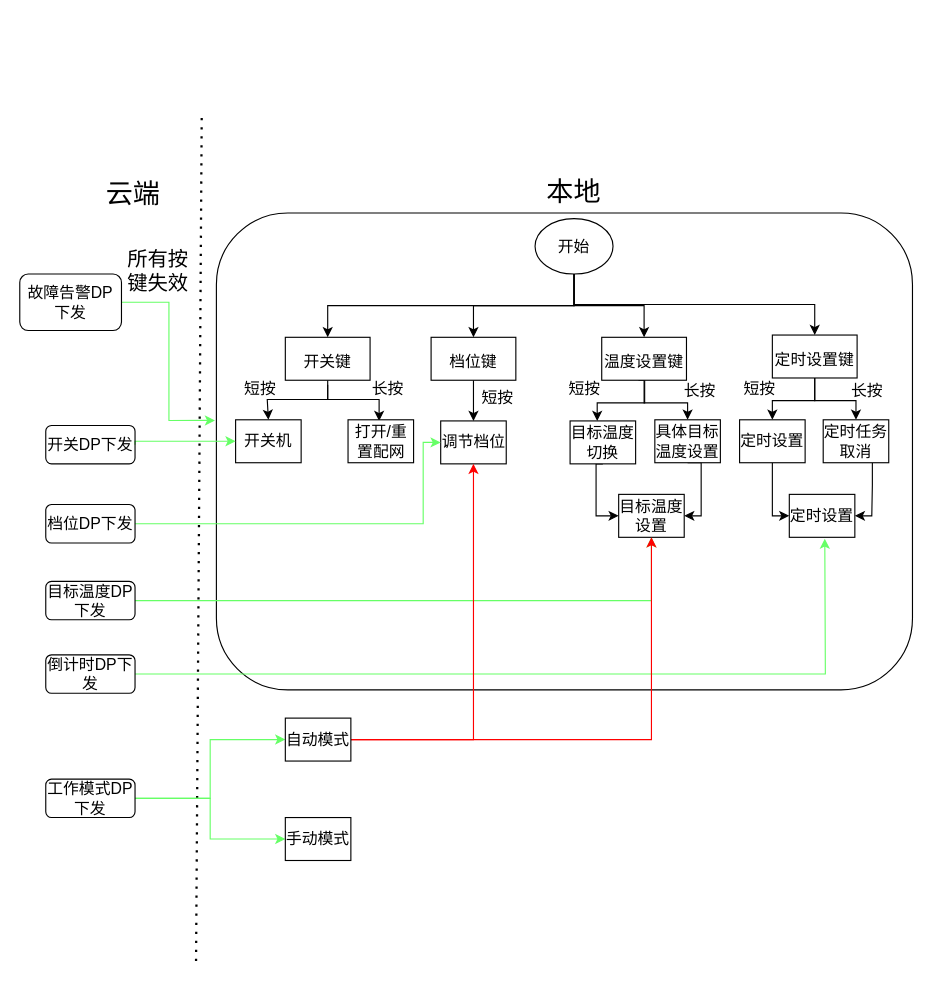
Above: software_frame.drawio in JeffYec/Jeff (draw.io), before the change. Source tidied: cells renumbered, new cells numbered last; positions are measured from the earlier drawing's top-left corner, leaving out a move shared by most shapes. Both pictures are drawn from the tidied source at 113%, with x=0, y=0 at pixel (19, 118).
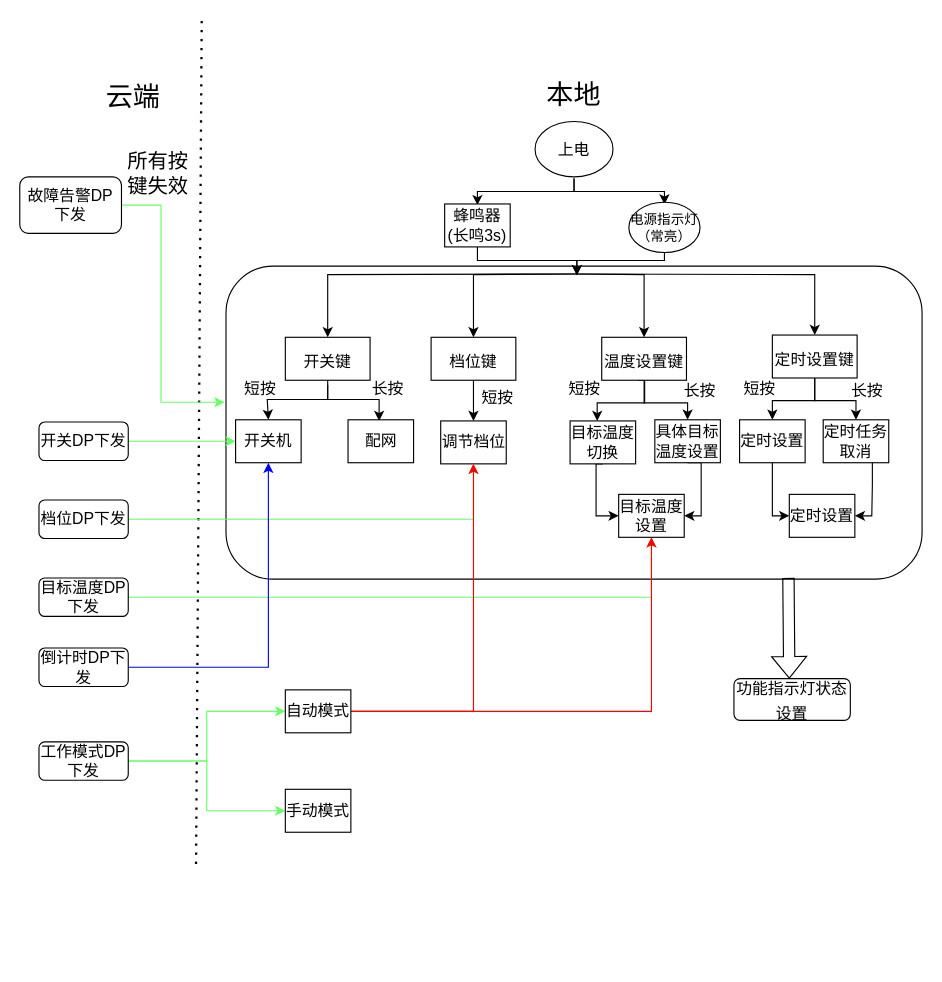
The same page after the edit.

The change refers to these unchanged cells:
```xml
<mxCell id="6" value="&lt;font style=&quot;font-size: 14px&quot;&gt;档位键&lt;/font&gt;" style="rounded=0;whiteSpace=wrap;html=1;fontSize=24;" parent="1" vertex="1">
  <mxGeometry x="364" y="194" width="75" height="38" as="geometry" />
</mxCell>
<mxCell id="9" value="&lt;font style=&quot;font-size: 14px&quot;&gt;开关键&lt;/font&gt;" style="rounded=0;whiteSpace=wrap;html=1;fontSize=24;" parent="1" vertex="1">
  <mxGeometry x="235" y="194" width="75" height="38" as="geometry" />
</mxCell>
<mxCell id="12" value="&lt;span style=&quot;font-size: 14px&quot;&gt;温度设置键&lt;/span&gt;" style="rounded=0;whiteSpace=wrap;html=1;fontSize=24;" parent="1" vertex="1">
  <mxGeometry x="515" y="194" width="75" height="38" as="geometry" />
</mxCell>
<mxCell id="15" value="&lt;font style=&quot;font-size: 14px&quot;&gt;定时设置键&lt;/font&gt;" style="rounded=0;whiteSpace=wrap;html=1;fontSize=24;" parent="1" vertex="1">
  <mxGeometry x="666" y="192" width="75" height="38" as="geometry" />
</mxCell>
<mxCell id="21" value="开关机" style="rounded=0;whiteSpace=wrap;html=1;fontSize=14;" parent="1" vertex="1">
  <mxGeometry x="191" y="267" width="58" height="38" as="geometry" />
</mxCell>
<mxCell id="23" value="调节档位" style="rounded=0;whiteSpace=wrap;html=1;fontSize=14;" parent="1" vertex="1">
  <mxGeometry x="372.5" y="268" width="58" height="38" as="geometry" />
</mxCell>
```

Change to the diagram source:
```diff
@@
     <mxCell id="2" value="&lt;font style=&quot;font-size: 24px&quot;&gt;云端&lt;/font&gt;" style="text;html=1;strokeColor=none;fillColor=none;align=center;verticalAlign=middle;whiteSpace=wrap;rounded=0;" parent="1" vertex="1">
-      <mxGeometry x="54" y="38" width="93" height="59" as="geometry" />
+      <mxGeometry x="54" y="-48" width="93" height="59" as="geometry" />
     </mxCell>
     <mxCell id="3" style="endArrow=none;dashed=1;html=1;dashPattern=1 3;strokeWidth=2;rounded=0;" parent="1" edge="1">
       <mxGeometry relative="1" as="geometry">
-        <mxPoint x="156" y="746" as="sourcePoint" />
-        <mxPoint x="161" as="targetPoint" />
+        <mxPoint x="156" y="660" as="sourcePoint" />
+        <mxPoint x="161" y="-86" as="targetPoint" />
       </mxGeometry>
     </mxCell>
     <mxCell id="4" value="&lt;font style=&quot;font-size: 24px&quot;&gt;本地&lt;/font&gt;" style="text;html=1;strokeColor=none;fillColor=none;align=center;verticalAlign=middle;whiteSpace=wrap;rounded=0;" parent="1" vertex="1">
-      <mxGeometry x="444" y="36" width="93" height="59" as="geometry" />
+      <mxGeometry x="444" y="-50" width="93" height="59" as="geometry" />
     </mxCell>
@@
-    <mxCell id="16" style="edgeStyle=orthogonalEdgeStyle;rounded=0;jettySize=auto;html=1;exitX=0.5;exitY=1;exitDx=0;exitDy=0;fontSize=14;" parent="1" edge="1" source="20" target="15">
-      <mxGeometry relative="1" as="geometry" />
+    <mxCell id="16" style="edgeStyle=orthogonalEdgeStyle;rounded=0;jettySize=auto;html=1;exitX=0.5;exitY=1;exitDx=0;exitDy=0;fontSize=14;" parent="1" edge="1" target="15">
+      <mxGeometry relative="1" as="geometry">
+        <mxPoint x="490.5" y="138" as="sourcePoint" />
+      </mxGeometry>
     </mxCell>
-    <mxCell id="17" style="edgeStyle=orthogonalEdgeStyle;rounded=0;jettySize=auto;html=1;exitX=0.5;exitY=1;exitDx=0;exitDy=0;entryX=0.5;entryY=0;entryDx=0;entryDy=0;fontSize=14;" parent="1" edge="1" source="20" target="6">
-      <mxGeometry relative="1" as="geometry" />
+    <mxCell id="17" style="edgeStyle=orthogonalEdgeStyle;rounded=0;jettySize=auto;html=1;exitX=0.5;exitY=1;exitDx=0;exitDy=0;entryX=0.5;entryY=0;entryDx=0;entryDy=0;fontSize=14;" parent="1" edge="1" target="6">
+      <mxGeometry relative="1" as="geometry">
+        <mxPoint x="490.5" y="138" as="sourcePoint" />
+      </mxGeometry>
     </mxCell>
-    <mxCell id="18" style="edgeStyle=orthogonalEdgeStyle;rounded=0;jettySize=auto;html=1;exitX=0.5;exitY=1;exitDx=0;exitDy=0;fontSize=14;" parent="1" edge="1" source="20" target="12">
-      <mxGeometry relative="1" as="geometry" />
+    <mxCell id="18" style="edgeStyle=orthogonalEdgeStyle;rounded=0;jettySize=auto;html=1;exitX=0.5;exitY=1;exitDx=0;exitDy=0;fontSize=14;" parent="1" edge="1" target="12">
+      <mxGeometry relative="1" as="geometry">
+        <mxPoint x="490.5" y="138" as="sourcePoint" />
+      </mxGeometry>
     </mxCell>
-    <mxCell id="19" style="edgeStyle=orthogonalEdgeStyle;rounded=0;jettySize=auto;html=1;exitX=0.5;exitY=1;exitDx=0;exitDy=0;fontSize=14;" parent="1" edge="1" source="20" target="9">
-      <mxGeometry relative="1" as="geometry" />
+    <mxCell id="19" style="edgeStyle=orthogonalEdgeStyle;rounded=0;jettySize=auto;html=1;exitX=0.5;exitY=1;exitDx=0;exitDy=0;fontSize=14;" parent="1" edge="1" target="9">
+      <mxGeometry relative="1" as="geometry">
+        <mxPoint x="490.5" y="138" as="sourcePoint" />
+      </mxGeometry>
     </mxCell>
+    <mxCell id="60" style="edgeStyle=orthogonalEdgeStyle;rounded=0;orthogonalLoop=1;jettySize=auto;html=1;exitX=0.5;exitY=1;exitDx=0;exitDy=0;labelBackgroundColor=#66FF66;labelBorderColor=#66FF66;fontSize=14;fontColor=#000000;strokeColor=#000000;" parent="1" edge="1">
+      <mxGeometry relative="1" as="geometry">
+        <mxPoint x="490.5" y="54" as="sourcePoint" />
+        <mxPoint x="570.5" y="76.5" as="targetPoint" />
+        <Array as="points">
+          <mxPoint x="491" y="65" />
+          <mxPoint x="571" y="65" />
+        </Array>
+      </mxGeometry>
+    </mxCell>
+    <mxCell id="61" style="edgeStyle=orthogonalEdgeStyle;rounded=0;orthogonalLoop=1;jettySize=auto;html=1;exitX=0.5;exitY=1;exitDx=0;exitDy=0;labelBackgroundColor=#66FF66;labelBorderColor=#66FF66;fontSize=14;fontColor=#000000;strokeColor=#000000;" parent="1" edge="1">
+      <mxGeometry relative="1" as="geometry">
+        <mxPoint x="490.5" y="53" as="sourcePoint" />
+        <mxPoint x="405" y="77" as="targetPoint" />
+        <Array as="points">
+          <mxPoint x="491" y="65" />
+          <mxPoint x="405" y="65" />
+        </Array>
+      </mxGeometry>
+    </mxCell>
-    <mxCell id="20" value="开始" style="ellipse;whiteSpace=wrap;html=1;fontSize=14;" parent="1" vertex="1">
-      <mxGeometry x="456" y="89" width="69" height="49" as="geometry" />
+    <mxCell id="20" value="上电" style="ellipse;whiteSpace=wrap;html=1;fontSize=14;" parent="1" vertex="1">
+      <mxGeometry x="456" y="3" width="69" height="49" as="geometry" />
     </mxCell>
@@
-    <mxCell id="22" value="打开/重置配网" style="rounded=0;whiteSpace=wrap;html=1;fontSize=14;" parent="1" vertex="1">
+    <mxCell id="22" value="配网" style="rounded=0;whiteSpace=wrap;html=1;fontSize=14;" parent="1" vertex="1">
       <mxGeometry x="290.5" y="267" width="58" height="38" as="geometry" />
     </mxCell>
@@
     <mxCell id="39" style="rounded=1;whiteSpace=wrap;html=1;fontSize=14;fillColor=none;" parent="1" vertex="1">
-      <mxGeometry x="174" y="84" width="616" height="422" as="geometry" />
+      <mxGeometry x="182.5" y="131" width="616" height="277" as="geometry" />
     </mxCell>
@@
     <mxCell id="42" value="工作模式DP下发" style="rounded=1;whiteSpace=wrap;html=1;fontSize=14;fillColor=none;" parent="1" vertex="1">
-      <mxGeometry x="23" y="585" width="79" height="34" as="geometry" />
+      <mxGeometry x="17" y="552" width="79" height="34" as="geometry" />
     </mxCell>
-    <mxCell id="43" style="edgeStyle=orthogonalEdgeStyle;rounded=0;jettySize=auto;html=1;exitX=1;exitY=0.5;exitDx=0;exitDy=0;entryX=0;entryY=0.5;entryDx=0;entryDy=0;fontSize=14;strokeColor=#66FF66;" parent="1" edge="1" source="44" target="23">
-      <mxGeometry relative="1" as="geometry">
-        <Array as="points">
-          <mxPoint x="357" y="359" />
-          <mxPoint x="357" y="287" />
-        </Array>
-      </mxGeometry>
+    <mxCell id="43" style="edgeStyle=orthogonalEdgeStyle;rounded=0;jettySize=auto;html=1;exitX=1;exitY=0.5;exitDx=0;exitDy=0;entryX=0.5;entryY=1;entryDx=0;entryDy=0;labelBackgroundColor=#66FF66;labelBorderColor=#66FF66;fontSize=14;fontColor=#000000;strokeColor=#66FF66;" parent="1" edge="1" source="44" target="23">
+      <mxGeometry relative="1" as="geometry" />
     </mxCell>
     <mxCell id="44" value="档位DP下发" style="rounded=1;whiteSpace=wrap;html=1;fontSize=14;fillColor=none;" parent="1" vertex="1">
-      <mxGeometry x="23" y="342" width="79" height="34" as="geometry" />
+      <mxGeometry x="17" y="338" width="79" height="34" as="geometry" />
     </mxCell>
-    <mxCell id="45" style="edgeStyle=orthogonalEdgeStyle;rounded=0;jettySize=auto;html=1;exitX=1;exitY=0.5;exitDx=0;exitDy=0;entryX=0;entryY=0.5;entryDx=0;entryDy=0;fontSize=14;strokeColor=#66FF66;" parent="1" edge="1" source="46" target="21">
-      <mxGeometry relative="1" as="geometry">
-        <Array as="points">
-          <mxPoint x="102" y="286" />
-        </Array>
-      </mxGeometry>
+    <mxCell id="45" style="edgeStyle=orthogonalEdgeStyle;rounded=0;jettySize=auto;html=1;exitX=1;exitY=0.5;exitDx=0;exitDy=0;entryX=0;entryY=0.5;entryDx=0;entryDy=0;labelBackgroundColor=#66FF66;labelBorderColor=#66FF66;fontSize=14;fontColor=#000000;strokeColor=#66FF66;" parent="1" edge="1" source="46" target="21">
+      <mxGeometry relative="1" as="geometry" />
     </mxCell>
     <mxCell id="46" value="开关DP下发" style="rounded=1;whiteSpace=wrap;html=1;fontSize=14;fillColor=none;" parent="1" vertex="1">
-      <mxGeometry x="23" y="272" width="79" height="34" as="geometry" />
+      <mxGeometry x="17" y="269" width="79" height="34" as="geometry" />
     </mxCell>
@@
     <mxCell id="48" value="目标温度DP下发" style="rounded=1;whiteSpace=wrap;html=1;fontSize=14;fillColor=none;" parent="1" vertex="1">
-      <mxGeometry x="23" y="410" width="79" height="34" as="geometry" />
+      <mxGeometry x="17" y="407" width="79" height="34" as="geometry" />
     </mxCell>
-    <mxCell id="49" style="edgeStyle=orthogonalEdgeStyle;rounded=0;jettySize=auto;html=1;exitX=1;exitY=0.5;exitDx=0;exitDy=0;fontSize=14;strokeColor=#66FF66;fontStyle=1;" parent="1" edge="1" source="50">
-      <mxGeometry relative="1" as="geometry">
-        <mxPoint x="712.4" y="372.2" as="targetPoint" />
-      </mxGeometry>
-    </mxCell>
+    <mxCell id="62" style="edgeStyle=orthogonalEdgeStyle;rounded=0;jettySize=auto;html=1;exitX=1;exitY=0.5;exitDx=0;exitDy=0;entryX=0.5;entryY=1;entryDx=0;entryDy=0;labelBackgroundColor=#66FF66;labelBorderColor=#66FF66;fontSize=14;fontColor=#000000;strokeColor=#0000FF;" parent="1" edge="1" source="50" target="21">
+      <mxGeometry relative="1" as="geometry" />
+    </mxCell>
     <mxCell id="50" value="倒计时DP下发" style="rounded=1;whiteSpace=wrap;html=1;fontSize=14;fillColor=none;" parent="1" vertex="1">
-      <mxGeometry x="23" y="475" width="79" height="34" as="geometry" />
+      <mxGeometry x="17" y="469" width="79" height="34" as="geometry" />
     </mxCell>
@@
     <mxCell id="53" style="edgeStyle=orthogonalEdgeStyle;rounded=0;jettySize=auto;html=1;entryX=-0.002;entryY=0.435;entryDx=0;entryDy=0;entryPerimeter=0;fontSize=14;strokeColor=#66FF66;" parent="1" edge="1" source="54" target="39">
-      <mxGeometry relative="1" as="geometry" />
+      <mxGeometry relative="1" as="geometry">
+        <Array as="points">
+          <mxPoint x="125" y="77" />
+          <mxPoint x="125" y="252" />
+        </Array>
+      </mxGeometry>
     </mxCell>
     <mxCell id="54" value="故障告警DP下发" style="rounded=1;whiteSpace=wrap;html=1;fontSize=14;fillColor=none;" parent="1" vertex="1">
-      <mxGeometry y="138" width="90" height="50" as="geometry" />
+      <mxGeometry y="52" width="90" height="50" as="geometry" />
     </mxCell>
     <mxCell id="55" value="&lt;font style=&quot;font-size: 18px&quot;&gt;所有按键失效&lt;/font&gt;" style="text;html=1;strokeColor=none;fillColor=none;align=center;verticalAlign=middle;whiteSpace=wrap;rounded=0;fontSize=14;" parent="1" vertex="1">
-      <mxGeometry x="87" y="114" width="71" height="44" as="geometry" />
+      <mxGeometry x="87" y="28" width="71" height="44" as="geometry" />
     </mxCell>
@@
     <mxCell id="58" value="自动模式" style="rounded=0;whiteSpace=wrap;html=1;fontSize=14;" parent="1" vertex="1">
-      <mxGeometry x="235" y="531" width="58" height="38" as="geometry" />
+      <mxGeometry x="235" y="506" width="58" height="38" as="geometry" />
     </mxCell>
     <mxCell id="59" value="手动模式" style="rounded=0;whiteSpace=wrap;html=1;fontSize=14;" parent="1" vertex="1">
-      <mxGeometry x="235" y="619" width="58" height="38" as="geometry" />
+      <mxGeometry x="235" y="594" width="58" height="38" as="geometry" />
     </mxCell>
+    <mxCell id="63" style="shape=flexArrow;endArrow=classic;html=1;rounded=0;labelBackgroundColor=#66FF66;labelBorderColor=#66FF66;fontSize=18;fontColor=#66FF66;strokeColor=#000000;exitX=0.808;exitY=0.996;exitDx=0;exitDy=0;exitPerimeter=0;" parent="1" edge="1" source="39">
+      <mxGeometry relative="1" as="geometry">
+        <mxPoint x="681" y="496" as="targetPoint" />
+      </mxGeometry>
+    </mxCell>
+    <mxCell id="64" value="&lt;font style=&quot;font-size: 14px&quot; color=&quot;#000000&quot;&gt;功能指示灯状态设置&lt;/font&gt;" style="rounded=1;whiteSpace=wrap;html=1;fontSize=18;fontColor=#66FF66;fillColor=none;" parent="1" vertex="1">
+      <mxGeometry x="632" y="496" width="103" height="37" as="geometry" />
+    </mxCell>
+    <mxCell id="65" style="edgeStyle=orthogonalEdgeStyle;rounded=0;jettySize=auto;html=1;exitX=0.5;exitY=1;exitDx=0;exitDy=0;labelBackgroundColor=#66FF66;labelBorderColor=#66FF66;fontSize=14;fontColor=#000000;strokeColor=#000000;" parent="1" edge="1" source="66">
+      <mxGeometry relative="1" as="geometry">
+        <mxPoint x="493" y="139" as="targetPoint" />
+        <Array as="points">
+          <mxPoint x="405" y="126" />
+          <mxPoint x="493" y="126" />
+        </Array>
+      </mxGeometry>
+    </mxCell>
+    <mxCell id="66" value="蜂鸣器(长鸣3s)" style="rounded=0;whiteSpace=wrap;html=1;fontSize=14;" parent="1" vertex="1">
+      <mxGeometry x="376" y="76" width="58" height="38" as="geometry" />
+    </mxCell>
+    <mxCell id="67" style="edgeStyle=orthogonalEdgeStyle;rounded=0;jettySize=auto;html=1;exitX=0.5;exitY=1;exitDx=0;exitDy=0;labelBackgroundColor=#66FF66;labelBorderColor=#66FF66;fontSize=14;fontColor=#000000;strokeColor=#000000;" parent="1" edge="1" source="68">
+      <mxGeometry relative="1" as="geometry">
+        <mxPoint x="493" y="139" as="targetPoint" />
+        <Array as="points">
+          <mxPoint x="571" y="126" />
+          <mxPoint x="493" y="126" />
+        </Array>
+      </mxGeometry>
+    </mxCell>
+    <mxCell id="68" value="电源指示灯（常亮）" style="ellipse;whiteSpace=wrap;html=1;" parent="1" vertex="1">
+      <mxGeometry x="539" y="74.5" width="63" height="44.5" as="geometry" />
+    </mxCell>
```
